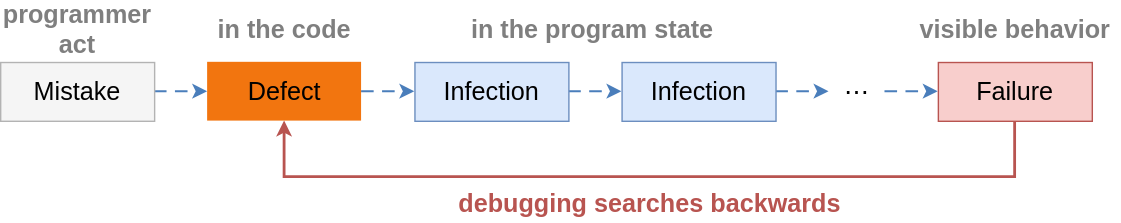
Before: debugging/what/images/infectionChain.svg, a diagram exported from draw.io (se-edu/se-book). Source tidied: cells renumbered, new cells last; positions are measured from the earlier drawing's top-left corner, leaving out a move shared by most shapes. Its diagram source:
```xml
<mxGraphModel>
  <root>
    <mxCell id="0" />
    <mxCell id="1" parent="0" />
    <mxCell id="2" style="edgeStyle=none;html=1;rounded=0;exitX=1;exitY=0.5;exitDx=0;exitDy=0;entryX=0;entryY=0.5;entryDx=0;entryDy=0;strokeColor=#4A7EBB;strokeWidth=1.5;endArrow=classic;endFill=1;endSize=6;dashed=1;dashPattern=6 4;" parent="1" edge="1" source="12" target="13">
      <mxGeometry relative="1" as="geometry" />
    </mxCell>
    <mxCell id="3" style="edgeStyle=none;html=1;rounded=0;exitX=1;exitY=0.5;exitDx=0;exitDy=0;entryX=0;entryY=0.5;entryDx=0;entryDy=0;strokeColor=#4A7EBB;strokeWidth=1.5;endArrow=classic;endFill=1;endSize=6;dashed=1;dashPattern=6 4;" parent="1" edge="1" source="13" target="14">
      <mxGeometry relative="1" as="geometry" />
    </mxCell>
    <mxCell id="4" style="edgeStyle=none;html=1;rounded=0;exitX=1;exitY=0.5;exitDx=0;exitDy=0;entryX=0;entryY=0.5;entryDx=0;entryDy=0;strokeColor=#4A7EBB;strokeWidth=1.5;endArrow=classic;endFill=1;endSize=6;dashed=1;dashPattern=6 4;" parent="1" edge="1" source="14" target="15">
      <mxGeometry relative="1" as="geometry" />
    </mxCell>
    <mxCell id="5" style="edgeStyle=none;html=1;rounded=0;exitX=1;exitY=0.5;exitDx=0;exitDy=0;entryX=0;entryY=0.5;entryDx=0;entryDy=0;strokeColor=#4A7EBB;strokeWidth=1.5;endArrow=classic;endFill=1;endSize=6;dashed=1;dashPattern=6 4;" parent="1" edge="1" source="15" target="16">
      <mxGeometry relative="1" as="geometry" />
    </mxCell>
    <mxCell id="6" style="edgeStyle=none;html=1;rounded=0;exitX=1;exitY=0.5;exitDx=0;exitDy=0;entryX=0;entryY=0.5;entryDx=0;entryDy=0;strokeColor=#4A7EBB;strokeWidth=1.5;endArrow=classic;endFill=1;endSize=6;dashed=1;dashPattern=6 4;" parent="1" edge="1" source="16" target="17">
      <mxGeometry relative="1" as="geometry" />
    </mxCell>
    <mxCell id="7" style="edgeStyle=orthogonalEdgeStyle;html=1;rounded=0;exitX=0.5;exitY=1;exitDx=0;exitDy=0;entryX=0.5;entryY=1;entryDx=0;entryDy=0;strokeColor=#b85450;strokeWidth=2;endArrow=classic;endFill=1;endSize=5;" parent="1" edge="1" source="17" target="13">
      <mxGeometry relative="1" as="geometry">
        <Array as="points">
          <mxPoint x="725" y="118" />
          <mxPoint x="203" y="118" />
        </Array>
      </mxGeometry>
    </mxCell>
    <mxCell id="8" value="programmer act" style="text;html=1;strokeColor=none;fillColor=none;align=center;verticalAlign=middle;whiteSpace=wrap;rounded=0;fontColor=#7F7F7F;fontSize=18;fontStyle=1;fontFamily=Helvetica;" parent="1" vertex="1">
      <mxGeometry width="110" height="26" as="geometry" />
    </mxCell>
    <mxCell id="9" value="in the code" style="text;html=1;strokeColor=none;fillColor=none;align=center;verticalAlign=middle;whiteSpace=wrap;rounded=0;fontColor=#7F7F7F;fontSize=18;fontStyle=1;fontFamily=Helvetica;" parent="1" vertex="1">
      <mxGeometry x="148" width="110" height="26" as="geometry" />
    </mxCell>
    <mxCell id="10" value="in the program state" style="text;html=1;strokeColor=none;fillColor=none;align=center;verticalAlign=middle;whiteSpace=wrap;rounded=0;fontColor=#7F7F7F;fontSize=18;fontStyle=1;fontFamily=Helvetica;" parent="1" vertex="1">
      <mxGeometry x="313" width="220" height="26" as="geometry" />
    </mxCell>
    <mxCell id="11" value="visible behavior" style="text;html=1;strokeColor=none;fillColor=none;align=center;verticalAlign=middle;whiteSpace=wrap;rounded=0;fontColor=#7F7F7F;fontSize=18;fontStyle=1;fontFamily=Helvetica;" parent="1" vertex="1">
      <mxGeometry x="650" width="150" height="26" as="geometry" />
    </mxCell>
    <mxCell id="12" value="Mistake" style="rounded=0;whiteSpace=wrap;html=1;fillColor=#f5f5f5;strokeColor=#b3b3b3;fontColor=#000000;fontSize=18;fontFamily=Helvetica;" parent="1" vertex="1">
      <mxGeometry y="36" width="110" height="42" as="geometry" />
    </mxCell>
    <mxCell id="13" value="Defect" style="rounded=0;whiteSpace=wrap;html=1;fillColor=#F2750F;strokeColor=none;fontColor=#000000;fontSize=18;fontFamily=Helvetica;" parent="1" vertex="1">
      <mxGeometry x="148" y="36" width="110" height="42" as="geometry" />
    </mxCell>
    <mxCell id="14" value="Infection" style="rounded=0;whiteSpace=wrap;html=1;fillColor=#dae8fc;strokeColor=#6c8ebf;fontColor=#000000;fontSize=18;fontFamily=Helvetica;" parent="1" vertex="1">
      <mxGeometry x="296" y="36" width="110" height="42" as="geometry" />
    </mxCell>
    <mxCell id="15" value="Infection" style="rounded=0;whiteSpace=wrap;html=1;fillColor=#dae8fc;strokeColor=#6c8ebf;fontColor=#000000;fontSize=18;fontFamily=Helvetica;" parent="1" vertex="1">
      <mxGeometry x="444" y="36" width="110" height="42" as="geometry" />
    </mxCell>
    <mxCell id="16" value="⋯" style="text;html=1;strokeColor=none;fillColor=none;align=center;verticalAlign=middle;whiteSpace=wrap;rounded=0;fontColor=#000000;fontSize=18;fontFamily=Helvetica;" parent="1" vertex="1">
      <mxGeometry x="592" y="36" width="40" height="42" as="geometry" />
    </mxCell>
    <mxCell id="17" value="Failure" style="rounded=0;whiteSpace=wrap;html=1;fillColor=#f8cecc;strokeColor=#b85450;fontColor=#000000;fontSize=18;fontFamily=Helvetica;" parent="1" vertex="1">
      <mxGeometry x="670" y="36" width="110" height="42" as="geometry" />
    </mxCell>
    <mxCell id="18" value="debugging searches backwards" style="text;html=1;strokeColor=none;fillColor=none;align=center;verticalAlign=middle;whiteSpace=wrap;rounded=0;fontColor=#b85450;fontSize=18;fontStyle=1;fontFamily=Helvetica;" parent="1" vertex="1">
      <mxGeometry x="304" y="124" width="320" height="26" as="geometry" />
    </mxCell>
  </root>
</mxGraphModel>
```
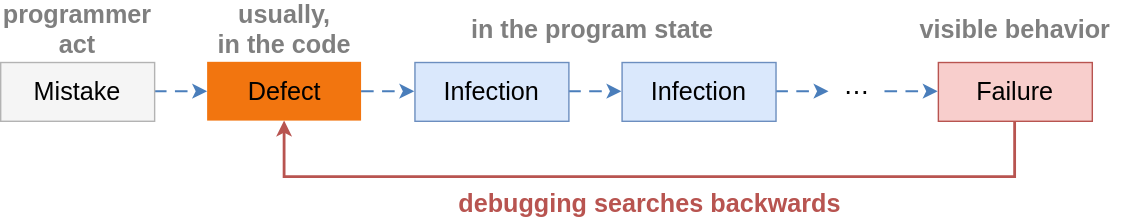
Above is the later version.

Change to the diagram source:
```diff
@@ -28,7 +28,7 @@
     <mxCell id="8" value="programmer act" style="text;html=1;strokeColor=none;fillColor=none;align=center;verticalAlign=middle;whiteSpace=wrap;rounded=0;fontColor=#7F7F7F;fontSize=18;fontStyle=1;fontFamily=Helvetica;" parent="1" vertex="1">
       <mxGeometry width="110" height="26" as="geometry" />
     </mxCell>
-    <mxCell id="9" value="in the code" style="text;html=1;strokeColor=none;fillColor=none;align=center;verticalAlign=middle;whiteSpace=wrap;rounded=0;fontColor=#7F7F7F;fontSize=18;fontStyle=1;fontFamily=Helvetica;" parent="1" vertex="1">
+    <mxCell id="9" value="usually, &lt;br&gt;in the code" style="text;html=1;strokeColor=none;fillColor=none;align=center;verticalAlign=middle;whiteSpace=wrap;rounded=0;fontColor=#7F7F7F;fontSize=18;fontStyle=1;fontFamily=Helvetica;" parent="1" vertex="1">
       <mxGeometry x="148" width="110" height="26" as="geometry" />
     </mxCell>
     <mxCell id="10" value="in the program state" style="text;html=1;strokeColor=none;fillColor=none;align=center;verticalAlign=middle;whiteSpace=wrap;rounded=0;fontColor=#7F7F7F;fontSize=18;fontStyle=1;fontFamily=Helvetica;" parent="1" vertex="1">
```
